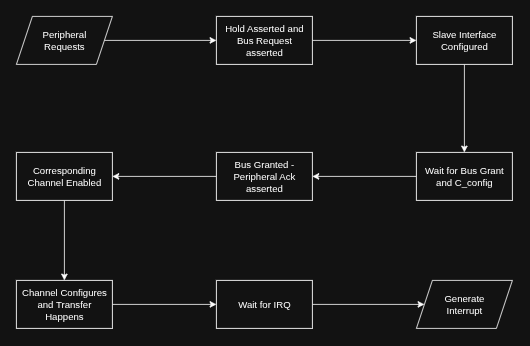
The draw.io diagram docs/DMAC_Pipeline.png in meds-ee-uet/AHB-DMA-Controller, before a commit. Source tidied: cells renumbered, new cells last; positions are measured from the earlier drawing's top-left corner, leaving out a move shared by most shapes. Source of this version:
```xml
<mxGraphModel>
  <root>
    <mxCell id="0" />
    <mxCell id="1" parent="0" />
    <mxCell id="2" style="edgeStyle=orthogonalEdgeStyle;rounded=0;jettySize=auto;html=1;entryX=0;entryY=0.5;entryDx=0;entryDy=0;" parent="1" edge="1" source="3" target="5">
      <mxGeometry relative="1" as="geometry" />
    </mxCell>
    <mxCell id="3" value="Hold Asserted and Bus Request asserted" style="rounded=0;whiteSpace=wrap;html=1;" parent="1" vertex="1">
      <mxGeometry x="250" width="120" height="60" as="geometry" />
    </mxCell>
    <mxCell id="4" style="edgeStyle=orthogonalEdgeStyle;rounded=0;jettySize=auto;html=1;entryX=0.5;entryY=0;entryDx=0;entryDy=0;" parent="1" edge="1" source="5" target="7">
      <mxGeometry relative="1" as="geometry" />
    </mxCell>
    <mxCell id="5" value="Slave Interface&lt;div&gt;Configured&lt;/div&gt;" style="rounded=0;whiteSpace=wrap;html=1;" parent="1" vertex="1">
      <mxGeometry x="500" width="120" height="60" as="geometry" />
    </mxCell>
    <mxCell id="6" style="edgeStyle=orthogonalEdgeStyle;rounded=0;jettySize=auto;html=1;entryX=1;entryY=0.5;entryDx=0;entryDy=0;" parent="1" edge="1" source="7" target="9">
      <mxGeometry relative="1" as="geometry" />
    </mxCell>
    <mxCell id="7" value="Wait for Bus Grant and C_config" style="rounded=0;whiteSpace=wrap;html=1;" parent="1" vertex="1">
      <mxGeometry x="500" y="170" width="120" height="60" as="geometry" />
    </mxCell>
    <mxCell id="8" style="edgeStyle=orthogonalEdgeStyle;rounded=0;jettySize=auto;html=1;entryX=1;entryY=0.5;entryDx=0;entryDy=0;" parent="1" edge="1" source="9" target="11">
      <mxGeometry relative="1" as="geometry" />
    </mxCell>
    <mxCell id="9" value="Bus Granted -&lt;div&gt;Peripheral Ack&lt;/div&gt;&lt;div&gt;asserted&lt;/div&gt;" style="rounded=0;whiteSpace=wrap;html=1;" parent="1" vertex="1">
      <mxGeometry x="250" y="170" width="120" height="60" as="geometry" />
    </mxCell>
    <mxCell id="10" style="edgeStyle=orthogonalEdgeStyle;rounded=0;jettySize=auto;html=1;entryX=0.5;entryY=0;entryDx=0;entryDy=0;" parent="1" edge="1" source="11" target="13">
      <mxGeometry relative="1" as="geometry" />
    </mxCell>
    <mxCell id="11" value="&lt;div&gt;Corresponding&lt;/div&gt;Channel Enabled" style="rounded=0;whiteSpace=wrap;html=1;" parent="1" vertex="1">
      <mxGeometry y="170" width="120" height="60" as="geometry" />
    </mxCell>
    <mxCell id="12" style="edgeStyle=orthogonalEdgeStyle;rounded=0;jettySize=auto;html=1;entryX=0;entryY=0.5;entryDx=0;entryDy=0;" parent="1" edge="1" source="13" target="15">
      <mxGeometry relative="1" as="geometry" />
    </mxCell>
    <mxCell id="13" value="Channel Configures&lt;div&gt;and Transfer&lt;/div&gt;&lt;div&gt;Happens&lt;/div&gt;" style="rounded=0;whiteSpace=wrap;html=1;" parent="1" vertex="1">
      <mxGeometry y="330" width="120" height="60" as="geometry" />
    </mxCell>
    <mxCell id="14" style="edgeStyle=orthogonalEdgeStyle;rounded=0;jettySize=auto;html=1;entryX=0;entryY=0.5;entryDx=0;entryDy=0;" parent="1" edge="1" source="15" target="18">
      <mxGeometry relative="1" as="geometry" />
    </mxCell>
    <mxCell id="15" value="Wait for IRQ" style="rounded=0;whiteSpace=wrap;html=1;" parent="1" vertex="1">
      <mxGeometry x="250" y="330" width="120" height="60" as="geometry" />
    </mxCell>
    <mxCell id="16" style="edgeStyle=orthogonalEdgeStyle;rounded=0;jettySize=auto;html=1;entryX=0;entryY=0.5;entryDx=0;entryDy=0;" parent="1" edge="1" source="17" target="3">
      <mxGeometry relative="1" as="geometry" />
    </mxCell>
    <mxCell id="17" value="Peripheral&lt;div&gt;Requests&lt;/div&gt;" style="shape=parallelogram;perimeter=parallelogramPerimeter;whiteSpace=wrap;html=1;fixedSize=1;" parent="1" vertex="1">
      <mxGeometry width="120" height="60" as="geometry" />
    </mxCell>
    <mxCell id="18" value="Generate&lt;div&gt;Interrupt&lt;/div&gt;" style="shape=parallelogram;perimeter=parallelogramPerimeter;whiteSpace=wrap;html=1;fixedSize=1;" parent="1" vertex="1">
      <mxGeometry x="500" y="330" width="120" height="60" as="geometry" />
    </mxCell>
  </root>
</mxGraphModel>
```
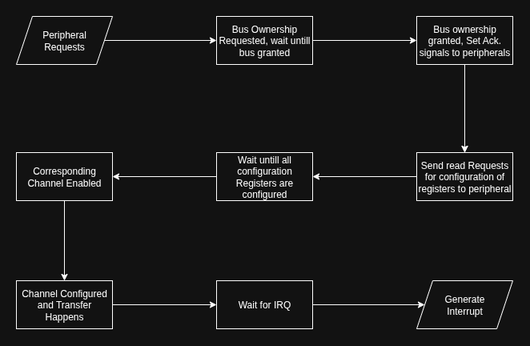
The same file after the commit.

Commit message:
Updating Documentation on Peripheral Configuration - 3

Change to the diagram source:
```diff
@@ -5,25 +5,28 @@
     <mxCell id="2" style="edgeStyle=orthogonalEdgeStyle;rounded=0;jettySize=auto;html=1;entryX=0;entryY=0.5;entryDx=0;entryDy=0;" parent="1" edge="1" source="3" target="5">
       <mxGeometry relative="1" as="geometry" />
     </mxCell>
-    <mxCell id="3" value="Hold Asserted and Bus Request asserted" style="rounded=0;whiteSpace=wrap;html=1;" parent="1" vertex="1">
+    <mxCell id="3" value="Bus Ownership Requested, wait untill bus granted" style="rounded=0;whiteSpace=wrap;html=1;" parent="1" vertex="1">
       <mxGeometry x="250" width="120" height="60" as="geometry" />
     </mxCell>
     <mxCell id="4" style="edgeStyle=orthogonalEdgeStyle;rounded=0;jettySize=auto;html=1;entryX=0.5;entryY=0;entryDx=0;entryDy=0;" parent="1" edge="1" source="5" target="7">
       <mxGeometry relative="1" as="geometry" />
     </mxCell>
+    <mxCell id="19" style="edgeStyle=orthogonalEdgeStyle;rounded=0;jettySize=auto;html=1;" parent="1" edge="1" source="5" target="7">
+      <mxGeometry relative="1" as="geometry" />
+    </mxCell>
-    <mxCell id="5" value="Slave Interface&lt;div&gt;Configured&lt;/div&gt;" style="rounded=0;whiteSpace=wrap;html=1;" parent="1" vertex="1">
+    <mxCell id="5" value="Bus ownership granted, Set Ack. signals to peripherals" style="rounded=0;whiteSpace=wrap;html=1;" parent="1" vertex="1">
       <mxGeometry x="500" width="120" height="60" as="geometry" />
     </mxCell>
     <mxCell id="6" style="edgeStyle=orthogonalEdgeStyle;rounded=0;jettySize=auto;html=1;entryX=1;entryY=0.5;entryDx=0;entryDy=0;" parent="1" edge="1" source="7" target="9">
       <mxGeometry relative="1" as="geometry" />
     </mxCell>
-    <mxCell id="7" value="Wait for Bus Grant and C_config" style="rounded=0;whiteSpace=wrap;html=1;" parent="1" vertex="1">
+    <mxCell id="7" value="Send read Requests for configuration of registers to peripheral" style="rounded=0;whiteSpace=wrap;html=1;" parent="1" vertex="1">
       <mxGeometry x="500" y="170" width="120" height="60" as="geometry" />
     </mxCell>
     <mxCell id="8" style="edgeStyle=orthogonalEdgeStyle;rounded=0;jettySize=auto;html=1;entryX=1;entryY=0.5;entryDx=0;entryDy=0;" parent="1" edge="1" source="9" target="11">
       <mxGeometry relative="1" as="geometry" />
     </mxCell>
-    <mxCell id="9" value="Bus Granted -&lt;div&gt;Peripheral Ack&lt;/div&gt;&lt;div&gt;asserted&lt;/div&gt;" style="rounded=0;whiteSpace=wrap;html=1;" parent="1" vertex="1">
+    <mxCell id="9" value="Wait untill all configuration Registers are configured" style="rounded=0;whiteSpace=wrap;html=1;" parent="1" vertex="1">
       <mxGeometry x="250" y="170" width="120" height="60" as="geometry" />
     </mxCell>
     <mxCell id="10" style="edgeStyle=orthogonalEdgeStyle;rounded=0;jettySize=auto;html=1;entryX=0.5;entryY=0;entryDx=0;entryDy=0;" parent="1" edge="1" source="11" target="13">
@@ -35,7 +38,7 @@
     <mxCell id="12" style="edgeStyle=orthogonalEdgeStyle;rounded=0;jettySize=auto;html=1;entryX=0;entryY=0.5;entryDx=0;entryDy=0;" parent="1" edge="1" source="13" target="15">
       <mxGeometry relative="1" as="geometry" />
     </mxCell>
-    <mxCell id="13" value="Channel Configures&lt;div&gt;and Transfer&lt;/div&gt;&lt;div&gt;Happens&lt;/div&gt;" style="rounded=0;whiteSpace=wrap;html=1;" parent="1" vertex="1">
+    <mxCell id="13" value="Channel Configured&lt;div&gt;and Transfer&lt;/div&gt;&lt;div&gt;Happens&lt;/div&gt;" style="rounded=0;whiteSpace=wrap;html=1;" parent="1" vertex="1">
       <mxGeometry y="330" width="120" height="60" as="geometry" />
     </mxCell>
     <mxCell id="14" style="edgeStyle=orthogonalEdgeStyle;rounded=0;jettySize=auto;html=1;entryX=0;entryY=0.5;entryDx=0;entryDy=0;" parent="1" edge="1" source="15" target="18">
```
